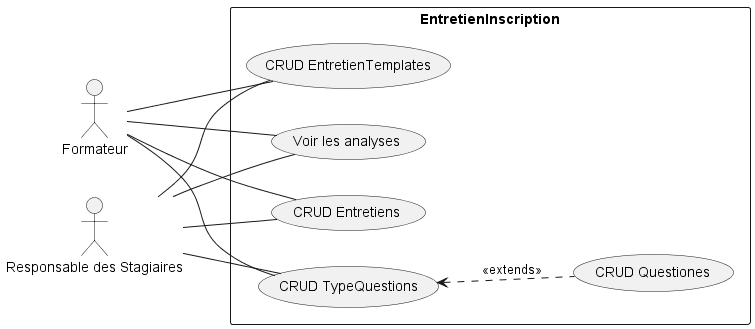
The PlantUML diagram docs/assets/img/Cas_utilisation.png in Suirita/File_rouge, before a commit. Source of this version:
```plantuml
@startuml Cas_utilisation
left to right direction

actor "Formateur" as fr
actor "Responsable des Stagiaires" as rs

rectangle EntretienInscription {
  usecase "Voir les analyses" as UC1
  usecase "CRUD EntretienTemplates" as UC2
  usecase "CRUD TypeQuestions" as UC3
  usecase "CRUD Questiones" as UC4
  usecase "CRUD Entretiens" as UC5
}

fr -- UC1
fr -- UC2
fr -- UC3
fr -- UC5

rs -- UC1
rs -- UC2
rs -- UC3
rs -- UC5

UC3 <.. UC4 : <<extends>>
@enduml
```
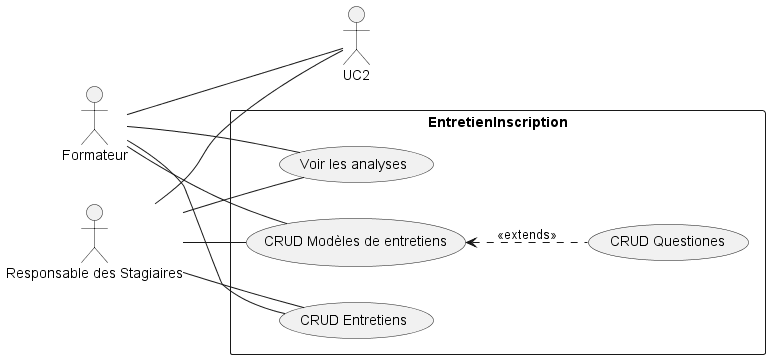
Above is the later version.

The edit, as a diff of the source:
```diff
@@ -6,8 +6,8 @@
 
 rectangle EntretienInscription {
   usecase "Voir les analyses" as UC1
-  usecase "CRUD EntretienTemplates" as UC2
-  usecase "CRUD TypeQuestions" as UC3
+  usecase "CRUD Modèles de entretiens" as UC3
+  usecase "CRUD Type des questions" as UC4
   usecase "CRUD Questiones" as UC4
   usecase "CRUD Entretiens" as UC5
 }
```
